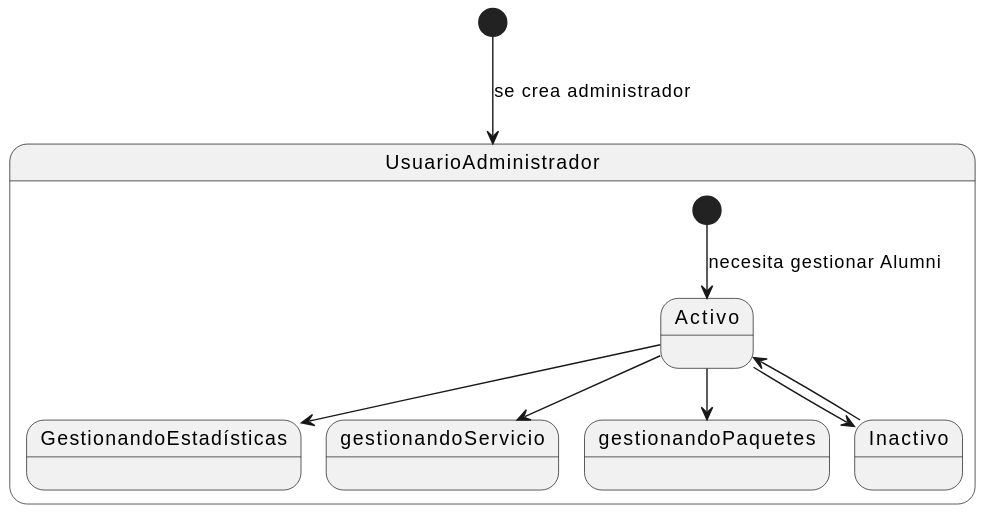
Before: Modelo_de_Dominio/Diagramas_de_Estado/Administrador/Diagrama_de_Estados_Administrador.svg, a diagram exported from PlantUML (mmasias/23-24-IdSw1-SDR).
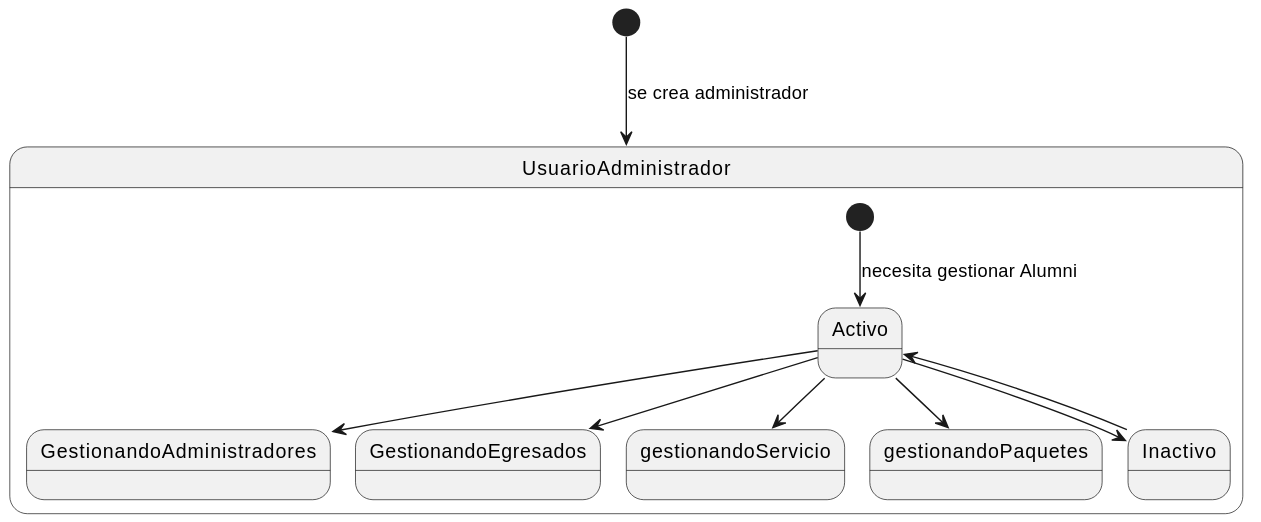
The same diagram one commit later.

Commit message:
Update state transitions in Diagrama_de_Estados_Administrador.puml

The edit, as a diff of the source:
```diff
@@ -4,11 +4,14 @@
 
 
 state UsuarioAdministrador{
-Activo-->GestionandoEstadísticas
+Activo-->GestionandoAdministradores
+Activo-->GestionandoEgresados
 [*]-->Activo: necesita gestionar Alumni
 Activo-->gestionandoServicio
 Activo-->gestionandoPaquetes
 Activo --> Inactivo
 Inactivo --> Activo
 }
+
+
 @enduml
```
